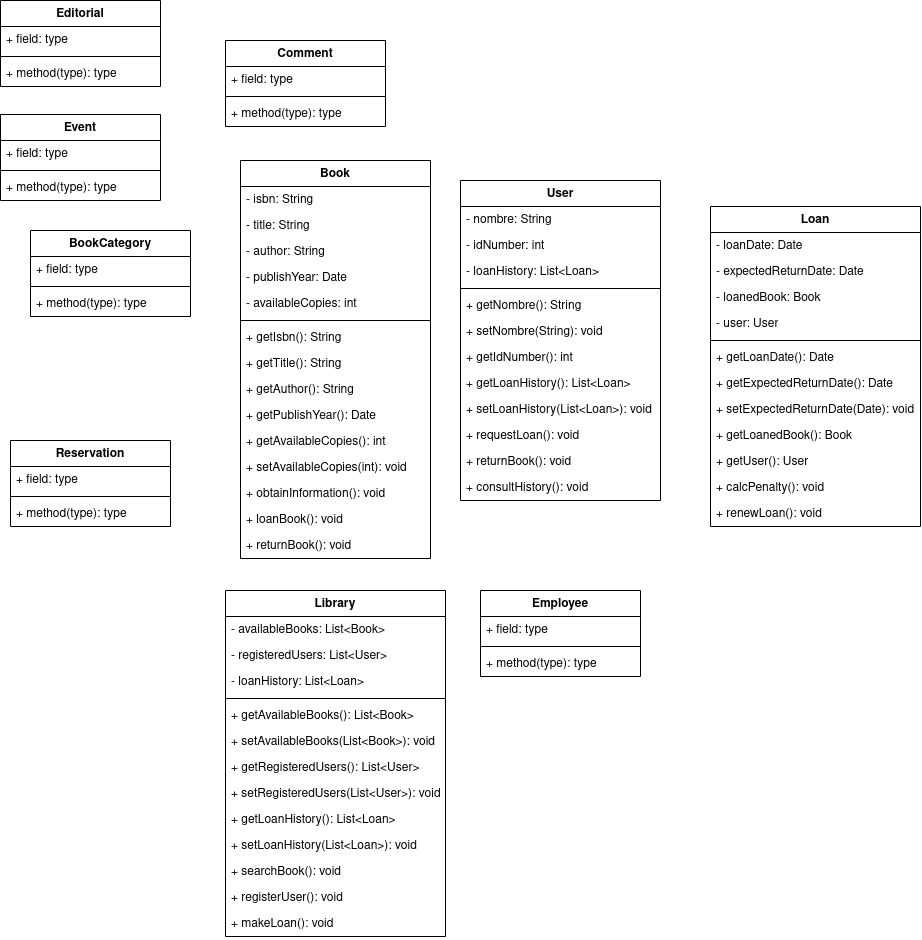
The draw.io diagram proyecto/classdiagram/classdiagramlibrary.png in mackstm/ets, before a commit. Source tidied: cells renumbered, new cells last; positions are measured from the earlier drawing's top-left corner, leaving out a move shared by most shapes.
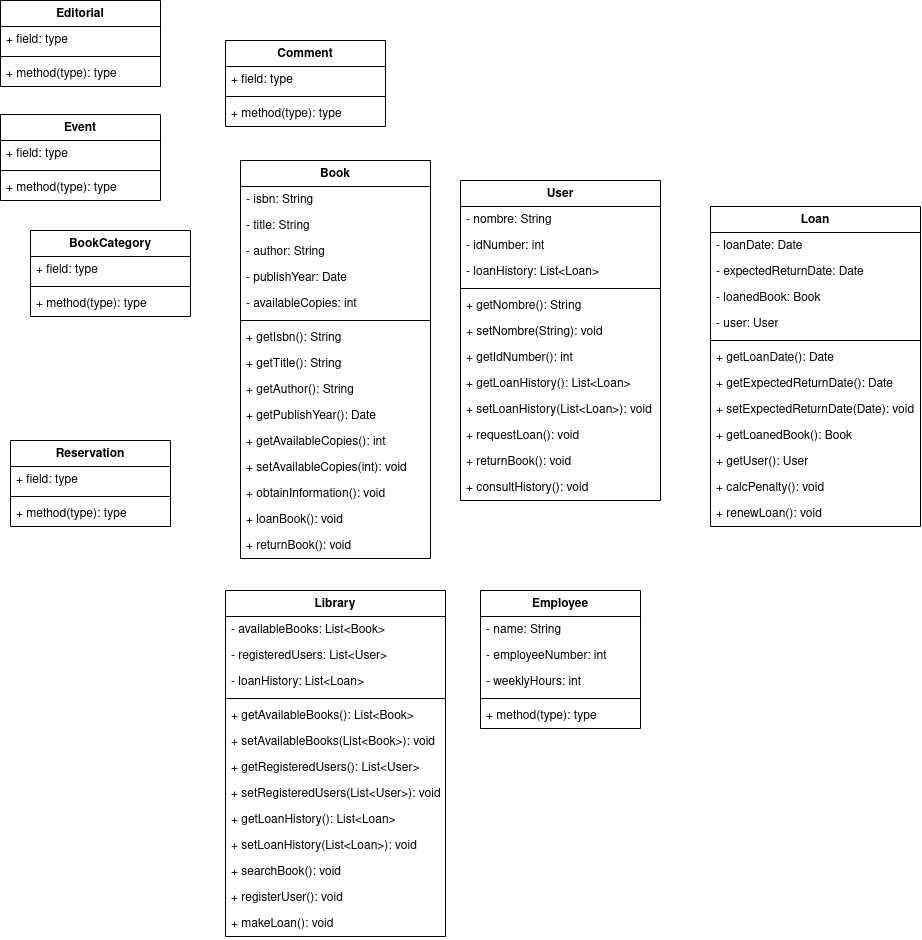
The same file after the commit.

Diff of the diagram source:
```diff
@@ -156,16 +156,22 @@
       <mxGeometry y="60" width="160" height="26" as="geometry" />
     </mxCell>
     <mxCell id="53" value="Employee" style="swimlane;fontStyle=1;align=center;verticalAlign=top;horizontal=1;startSize=26;whiteSpace=wrap;html=1;" parent="1" vertex="1">
-      <mxGeometry x="480" y="590" width="160" height="86" as="geometry" />
+      <mxGeometry x="480" y="590" width="160" height="138" as="geometry" />
     </mxCell>
-    <mxCell id="54" value="+ field: type" style="text;strokeColor=none;fillColor=none;align=left;verticalAlign=top;spacingLeft=4;spacingRight=4;overflow=hidden;whiteSpace=wrap;html=1;" parent="53" vertex="1">
+    <mxCell id="54" value="- name: String" style="text;strokeColor=none;fillColor=none;align=left;verticalAlign=top;spacingLeft=4;spacingRight=4;overflow=hidden;whiteSpace=wrap;html=1;" parent="53" vertex="1">
       <mxGeometry y="26" width="160" height="26" as="geometry" />
     </mxCell>
+    <mxCell id="82" value="- employeeNumber: int" style="text;strokeColor=none;fillColor=none;align=left;verticalAlign=top;spacingLeft=4;spacingRight=4;overflow=hidden;whiteSpace=wrap;html=1;" parent="53" vertex="1">
+      <mxGeometry y="52" width="160" height="26" as="geometry" />
+    </mxCell>
+    <mxCell id="83" value="- weeklyHours: int" style="text;strokeColor=none;fillColor=none;align=left;verticalAlign=top;spacingLeft=4;spacingRight=4;overflow=hidden;whiteSpace=wrap;html=1;" parent="53" vertex="1">
+      <mxGeometry y="78" width="160" height="26" as="geometry" />
+    </mxCell>
     <mxCell id="55" style="line;strokeWidth=1;fillColor=none;align=left;verticalAlign=middle;spacingTop=-1;spacingLeft=3;spacingRight=3;labelPosition=right;strokeColor=inherit;" parent="53" vertex="1">
-      <mxGeometry y="52" width="160" height="8" as="geometry" />
+      <mxGeometry y="104" width="160" height="8" as="geometry" />
     </mxCell>
     <mxCell id="56" value="+ method(type): type" style="text;strokeColor=none;fillColor=none;align=left;verticalAlign=top;spacingLeft=4;spacingRight=4;overflow=hidden;whiteSpace=wrap;html=1;" parent="53" vertex="1">
-      <mxGeometry y="60" width="160" height="26" as="geometry" />
+      <mxGeometry y="112" width="160" height="26" as="geometry" />
     </mxCell>
     <mxCell id="57" value="BookCategory" style="swimlane;fontStyle=1;align=center;verticalAlign=top;horizontal=1;startSize=26;whiteSpace=wrap;html=1;" parent="1" vertex="1">
       <mxGeometry x="30" y="230" width="160" height="86" as="geometry" />
```
